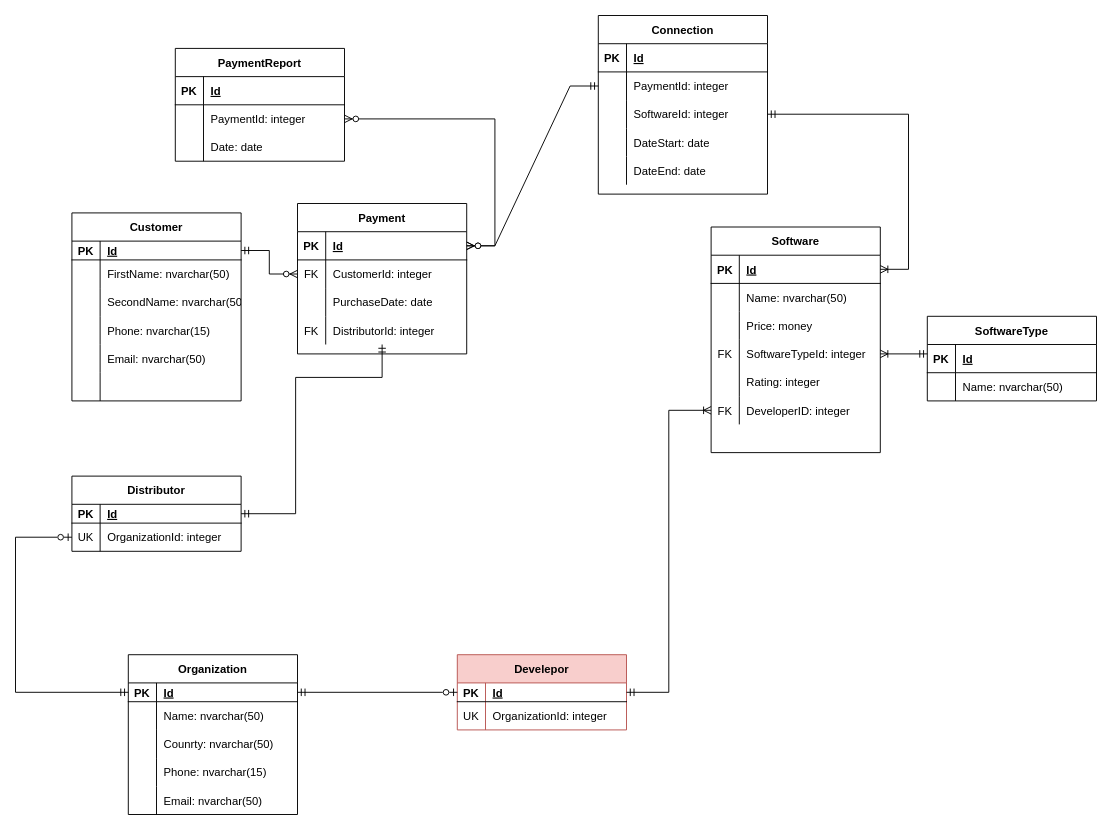
This is ER_Diagr.drawio from NikitaGusevZ/FirstRepository, a draw.io file, before an edit. Source tidied: cells renumbered, new cells numbered last; positions are measured from the earlier drawing's top-left corner, leaving out a move shared by most shapes. Both pictures are drawn from the tidied source at 94%, with x=0, y=0 at pixel (15, 15).
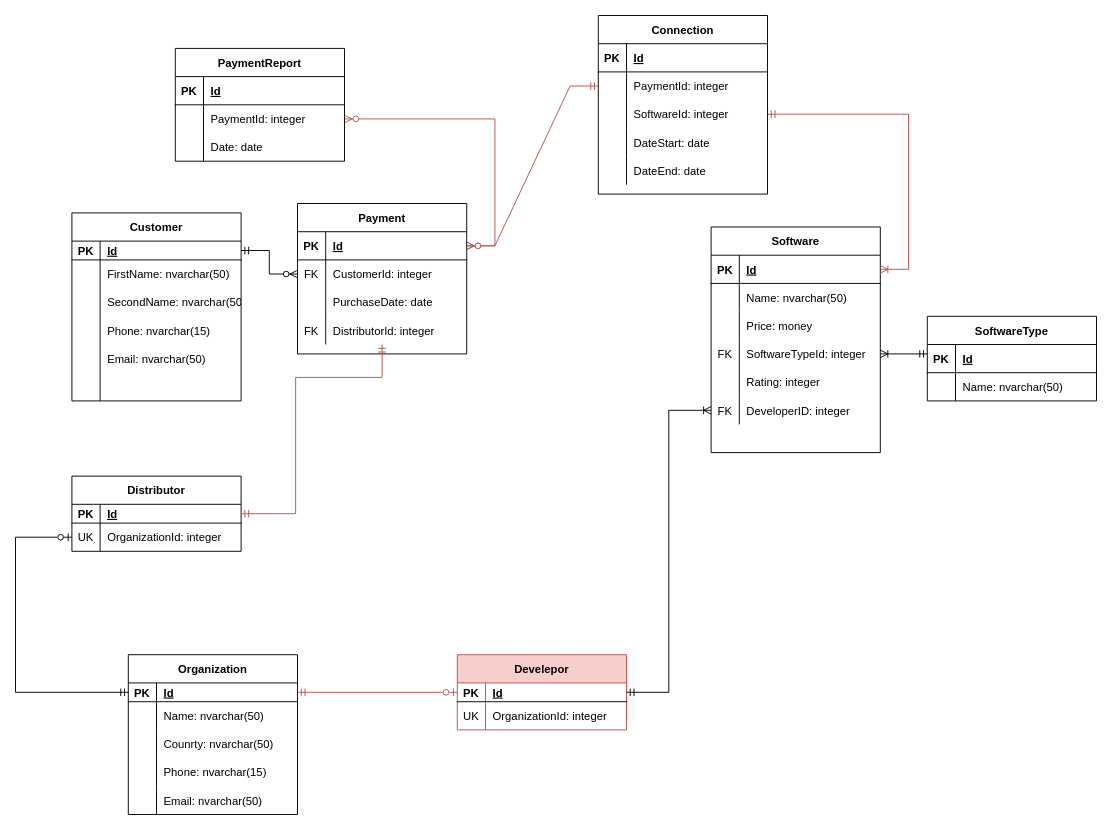
The same page after the edit.

Unchanged cells that the change refers to:
```xml
<mxCell id="23" style="shape=partialRectangle;fillColor=none;top=0;left=0;bottom=1;right=0;points=[[0,0.5],[1,0.5]];portConstraint=eastwest;strokeColor=default;" parent="22" vertex="1">
  <mxGeometry y="30" width="180" height="30" as="geometry" />
</mxCell>
<mxCell id="42" style="shape=partialRectangle;fillColor=none;top=0;left=0;bottom=1;right=0;points=[[0,0.5],[1,0.5]];portConstraint=eastwest;strokeColor=default;" parent="41" vertex="1">
  <mxGeometry y="30" width="180" height="30" as="geometry" />
</mxCell>
<mxCell id="51" style="shape=partialRectangle;fillColor=none;top=0;left=0;bottom=0;right=0;points=[[0,0.5],[1,0.5]];portConstraint=eastwest;strokeColor=default;" parent="41" vertex="1">
  <mxGeometry y="120" width="180" height="30" as="geometry" />
</mxCell>
<mxCell id="56" style="shape=partialRectangle;fillColor=none;top=0;left=0;bottom=1;right=0;points=[[0,0.5],[1,0.5]];portConstraint=eastwest;strokeColor=default;" parent="55" vertex="1">
  <mxGeometry y="30" width="180" height="20" as="geometry" />
</mxCell>
<mxCell id="64" style="shape=partialRectangle;fillColor=none;top=0;left=0;bottom=1;right=0;points=[[0,0.5],[1,0.5]];portConstraint=eastwest;strokeColor=default;" parent="63" vertex="1">
  <mxGeometry y="30" width="180" height="20" as="geometry" />
</mxCell>
<mxCell id="80" style="shape=partialRectangle;fillColor=none;top=0;left=0;bottom=1;right=0;points=[[0,0.5],[1,0.5]];portConstraint=eastwest;strokeColor=default;" parent="79" vertex="1">
  <mxGeometry y="30" width="180" height="20" as="geometry" />
</mxCell>
<mxCell id="101" style="shape=partialRectangle;fillColor=none;top=0;left=0;bottom=0;right=0;points=[[0,0.5],[1,0.5]];portConstraint=eastwest;" parent="97" vertex="1">
  <mxGeometry y="60" width="180" height="30" as="geometry" />
</mxCell>
<mxCell id="111" style="shape=partialRectangle;fillColor=none;top=0;left=0;bottom=0;right=0;points=[[0,0.5],[1,0.5]];portConstraint=eastwest;" parent="107" vertex="1">
  <mxGeometry y="60" width="180" height="30" as="geometry" />
</mxCell>
<mxCell id="114" style="shape=partialRectangle;fillColor=none;top=0;left=0;bottom=0;right=0;points=[[0,0.5],[1,0.5]];portConstraint=eastwest;" parent="107" vertex="1">
  <mxGeometry y="90" width="180" height="30" as="geometry" />
</mxCell>
```

The edit, as a diff of the source:
```diff
@@
-    <mxCell id="2" style="edgeStyle=entityRelationEdgeStyle;fontSize=12;html=1;endArrow=ERzeroToMany;endFill=1;startArrow=ERzeroToMany;rounded=0;" parent="1" edge="1" source="42" target="101">
+    <mxCell id="2" style="edgeStyle=entityRelationEdgeStyle;fontSize=12;html=1;endArrow=ERzeroToMany;endFill=1;startArrow=ERzeroToMany;rounded=0;fillColor=#f8cecc;strokeColor=#b85450;" parent="1" edge="1" source="42" target="101">
       <mxGeometry relative="1" as="geometry" />
     </mxCell>
@@
-    <mxCell id="62" style="edgeStyle=orthogonalEdgeStyle;fontSize=12;html=1;endArrow=ERmandOne;startArrow=ERmandOne;rounded=0;" parent="1" edge="1" source="56" target="51">
+    <mxCell id="62" style="edgeStyle=orthogonalEdgeStyle;fontSize=12;html=1;endArrow=ERmandOne;startArrow=ERmandOne;rounded=0;fillColor=#f8cecc;strokeColor=#b85450;" parent="1" edge="1" source="56" target="51">
       <mxGeometry relative="1" as="geometry">
         <Array as="points">
           <mxPoint x="298" y="530" />
           <mxPoint x="298" y="385" />
         </Array>
       </mxGeometry>
     </mxCell>
@@
-    <mxCell id="95" style="edgeStyle=orthogonalEdgeStyle;fontSize=12;html=1;endArrow=ERmandOne;startArrow=ERzeroToOne;rounded=0;startFill=0;exitX=0;exitY=0.5;exitDx=0;exitDy=0;endFill=0;" parent="1" edge="1" source="64" target="80">
+    <mxCell id="95" style="edgeStyle=orthogonalEdgeStyle;fontSize=12;html=1;endArrow=ERmandOne;startArrow=ERzeroToOne;rounded=0;startFill=0;exitX=0;exitY=0.5;exitDx=0;exitDy=0;endFill=0;fillColor=#f8cecc;strokeColor=#b85450;" parent="1" edge="1" source="64" target="80">
       <mxGeometry relative="1" as="geometry" />
     </mxCell>
@@
-    <mxCell id="123" style="edgeStyle=entityRelationEdgeStyle;fontSize=12;html=1;endArrow=ERzeroToMany;startArrow=ERmandOne;rounded=0;" parent="1" edge="1" source="111" target="42">
+    <mxCell id="123" style="edgeStyle=entityRelationEdgeStyle;fontSize=12;html=1;endArrow=ERzeroToMany;startArrow=ERmandOne;rounded=0;fillColor=#f8cecc;strokeColor=#b85450;" parent="1" edge="1" source="111" target="42">
       <mxGeometry relative="1" as="geometry" />
     </mxCell>
-    <mxCell id="124" style="edgeStyle=entityRelationEdgeStyle;fontSize=12;html=1;endArrow=ERoneToMany;startArrow=ERmandOne;rounded=0;" parent="1" edge="1" source="114" target="23">
+    <mxCell id="124" style="edgeStyle=entityRelationEdgeStyle;fontSize=12;html=1;endArrow=ERoneToMany;startArrow=ERmandOne;rounded=0;fillColor=#f8cecc;strokeColor=#b85450;" parent="1" edge="1" source="114" target="23">
       <mxGeometry relative="1" as="geometry" />
     </mxCell>
```
